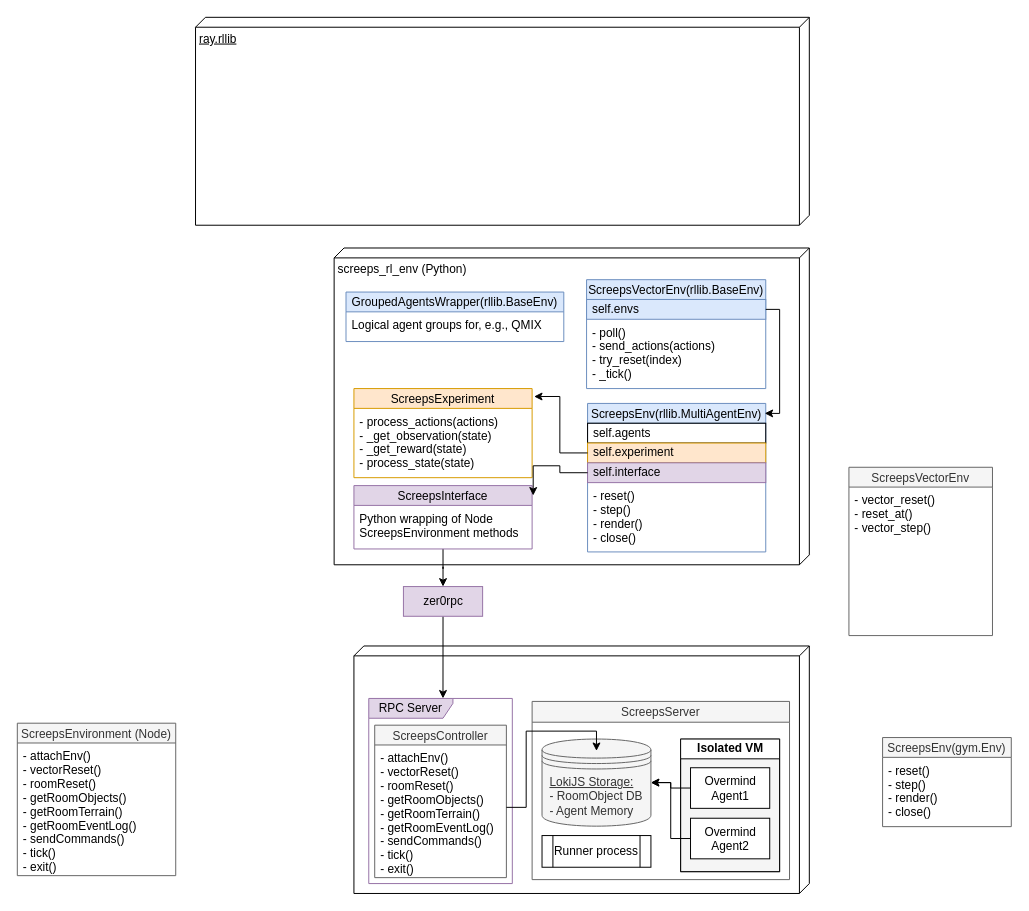
The draw.io diagram models/package_structure.drawio in bencbartlett/Overmind-RL, before the edit. Source tidied: cells renumbered, new cells numbered last; positions are measured from the earlier drawing's top-left corner, leaving out a move shared by most shapes. Both pictures are drawn from the tidied source at 99%, with x=0, y=0 at pixel (17, 17).
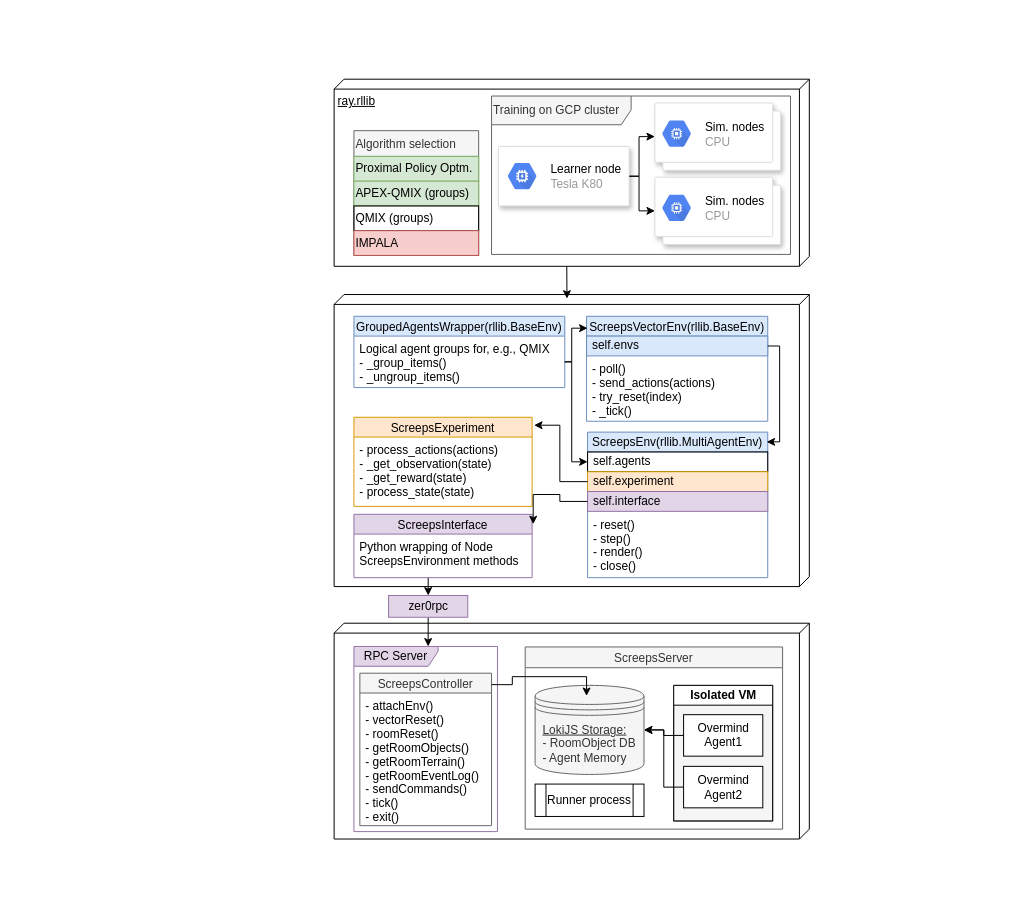
After the change.

Commit message:
mostly finished diagram

Unchanged cells that the change refers to:
```xml
<mxCell id="33" value="ScreepsController" style="swimlane;fontStyle=0;horizontal=1;startSize=20;fillColor=#f5f5f5;strokeColor=#666666;fontColor=#333333;" parent="31" vertex="1">
  <mxGeometry x="6" y="27" width="133" height="154" as="geometry" />
</mxCell>
```

What changed in the source:
```diff
@@
     <mxCell id="2" style="verticalAlign=top;align=left;spacingTop=8;spacingLeft=2;spacingRight=12;shape=cube;size=10;direction=south;fontStyle=0;strokeColor=#000000;spacingBottom=0;" parent="1" vertex="1">
-      <mxGeometry x="340" y="635" width="460" height="250" as="geometry" />
+      <mxGeometry x="320" y="612" width="480" height="218" as="geometry" />
     </mxCell>
-    <mxCell id="3" value="screeps_rl_env (Python)" style="verticalAlign=top;align=left;spacingTop=8;spacingLeft=2;spacingRight=12;shape=cube;size=10;direction=south;fontStyle=0;" parent="1" vertex="1">
-      <mxGeometry x="320" y="233" width="480" height="320" as="geometry" />
+    <mxCell id="3" style="verticalAlign=top;align=left;spacingTop=8;spacingLeft=2;spacingRight=12;shape=cube;size=10;direction=south;fontStyle=0;" parent="1" vertex="1">
+      <mxGeometry x="320" y="280" width="480" height="295" as="geometry" />
     </mxCell>
-    <mxCell id="4" value="ray.rllib" style="verticalAlign=top;align=left;spacingTop=8;spacingLeft=2;spacingRight=12;shape=cube;size=10;direction=south;fontStyle=4;html=1;" parent="1" vertex="1">
-      <mxGeometry x="180" width="620" height="210" as="geometry" />
-    </mxCell>
@@
     <mxCell id="6" value="zer0rpc" style="html=1;labelBackgroundColor=none;strokeColor=#9673a6;fillColor=#e1d5e7;" parent="1" vertex="1">
-      <mxGeometry x="390" y="575" width="80" height="30" as="geometry" />
+      <mxGeometry x="375" y="584" width="80" height="22" as="geometry" />
     </mxCell>
     <mxCell id="7" style="edgeStyle=orthogonalEdgeStyle;rounded=0;jettySize=auto;html=1;entryX=0.5;entryY=0;entryDx=0;entryDy=0;fontFamily=Courier New;" parent="1" edge="1" source="8" target="6">
-      <mxGeometry relative="1" as="geometry" />
+      <mxGeometry relative="1" as="geometry">
+        <Array as="points">
+          <mxPoint x="415" y="545" />
+          <mxPoint x="415" y="545" />
+        </Array>
+      </mxGeometry>
     </mxCell>
     <mxCell id="8" value="ScreepsInterface" style="swimlane;fontStyle=0;horizontal=1;startSize=20;fillColor=#e1d5e7;labelBackgroundColor=none;strokeColor=#9673a6;html=0;" parent="1" vertex="1">
-      <mxGeometry x="340" y="473" width="180" height="64" as="geometry" />
+      <mxGeometry x="340" y="502" width="180" height="64" as="geometry" />
     </mxCell>
@@
-    <mxCell id="10" value="ScreepsEnvironment (Node)" style="swimlane;fontStyle=0;horizontal=1;startSize=20;fillColor=#f5f5f5;strokeColor=#666666;fontColor=#333333;" parent="1" vertex="1">
-      <mxGeometry y="713" width="160" height="154" as="geometry" />
-    </mxCell>
-    <mxCell id="11" value="- attachEnv()&#10;- vectorReset()&#10;- roomReset()&#10;- getRoomObjects()&#10;- getRoomTerrain()&#10;- getRoomEventLog()&#10;- sendCommands()&#10;- tick()&#10;- exit()&#10;" style="text;strokeColor=none;fillColor=none;align=left;verticalAlign=top;spacingLeft=4;spacingRight=4;overflow=hidden;" parent="10" vertex="1">
-      <mxGeometry y="20" width="160" height="134" as="geometry" />
-    </mxCell>
     <mxCell id="12" value="ScreepsVectorEnv(rllib.BaseEnv)" style="swimlane;fontStyle=0;horizontal=1;startSize=20;fillColor=#dae8fc;strokeColor=#6c8ebf;" parent="1" vertex="1">
-      <mxGeometry x="575" y="265" width="181" height="110" as="geometry" />
+      <mxGeometry x="575" y="302" width="183" height="106" as="geometry" />
     </mxCell>
     <mxCell id="13" value="&lt;div style=&quot;text-align: left&quot;&gt;&lt;span&gt;self.envs&lt;/span&gt;&lt;/div&gt;" style="html=1;labelBackgroundColor=none;strokeColor=#6c8ebf;fillColor=#dae8fc;align=left;spacingLeft=4;" parent="12" vertex="1">
-      <mxGeometry y="20" width="181" height="20" as="geometry" />
+      <mxGeometry y="20" width="183" height="20" as="geometry" />
     </mxCell>
     <mxCell id="14" value="- poll()&#10;- send_actions(actions)&#10;- try_reset(index)&#10;- _tick()&#10;" style="text;strokeColor=none;fillColor=none;align=left;verticalAlign=top;spacingLeft=4;spacingRight=4;overflow=hidden;" parent="12" vertex="1">
-      <mxGeometry y="40" width="181" height="70" as="geometry" />
+      <mxGeometry y="40" width="183" height="66" as="geometry" />
     </mxCell>
     <mxCell id="15" value="ScreepsExperiment" style="swimlane;fontStyle=0;horizontal=1;startSize=20;fillColor=#ffe6cc;labelBackgroundColor=none;strokeColor=#d79b00;html=0;" parent="1" vertex="1">
-      <mxGeometry x="340" y="375" width="180" height="90" as="geometry" />
+      <mxGeometry x="340" y="404" width="180" height="90" as="geometry" />
     </mxCell>
@@
     <mxCell id="17" value="GroupedAgentsWrapper(rllib.BaseEnv)" style="swimlane;fontStyle=0;horizontal=1;startSize=20;fillColor=#dae8fc;strokeColor=#6c8ebf;" parent="1" vertex="1">
-      <mxGeometry x="332" y="277.5" width="220" height="50" as="geometry" />
+      <mxGeometry x="340" y="302" width="213" height="72" as="geometry" />
     </mxCell>
-    <mxCell id="18" value="Logical agent groups for, e.g., QMIX" style="text;strokeColor=none;fillColor=none;align=left;verticalAlign=top;spacingLeft=4;spacingRight=4;overflow=hidden;points=[[0,0.5],[1,0.5]];portConstraint=eastwest;" parent="17" vertex="1">
-      <mxGeometry y="20" width="220" height="30" as="geometry" />
+    <mxCell id="18" value="Logical agent groups for, e.g., QMIX&#10;- _group_items()&#10;- _ungroup_items()&#10;" style="text;strokeColor=none;fillColor=none;align=left;verticalAlign=top;spacingLeft=4;spacingRight=4;overflow=hidden;points=[[0,0.5],[1,0.5]];portConstraint=eastwest;" parent="17" vertex="1">
+      <mxGeometry y="20" width="213" height="52" as="geometry" />
     </mxCell>
     <mxCell id="19" value="ScreepsEnv(rllib.MultiAgentEnv)" style="swimlane;fontStyle=0;horizontal=1;startSize=20;fillColor=#dae8fc;strokeColor=#6c8ebf;" parent="1" vertex="1">
-      <mxGeometry x="576" y="390" width="180" height="150" as="geometry" />
+      <mxGeometry x="576" y="419" width="182" height="147" as="geometry" />
     </mxCell>
     <mxCell id="20" value="&lt;div style=&quot;text-align: left&quot;&gt;&lt;span&gt;self.agents&lt;/span&gt;&lt;/div&gt;" style="html=1;labelBackgroundColor=none;strokeColor=#000000;fillColor=none;align=left;spacingLeft=4;" parent="19" vertex="1">
-      <mxGeometry y="20" width="180" height="20" as="geometry" />
+      <mxGeometry y="20" width="182" height="20" as="geometry" />
     </mxCell>
     <mxCell id="21" value="self.experiment" style="html=1;labelBackgroundColor=none;strokeColor=#d79b00;fillColor=#ffe6cc;align=left;spacingLeft=4;" parent="19" vertex="1">
-      <mxGeometry y="40" width="180" height="20" as="geometry" />
+      <mxGeometry y="40" width="182" height="20" as="geometry" />
     </mxCell>
     <mxCell id="22" value="self.interface" style="html=1;labelBackgroundColor=none;strokeColor=#9673a6;fillColor=#e1d5e7;align=left;spacingLeft=4;" parent="19" vertex="1">
-      <mxGeometry y="60" width="180" height="20" as="geometry" />
+      <mxGeometry y="60" width="182" height="20" as="geometry" />
     </mxCell>
     <mxCell id="23" value="- reset()&#10;- step()&#10;- render()&#10;- close()&#10;" style="text;strokeColor=none;fillColor=none;align=left;verticalAlign=top;spacingLeft=4;spacingRight=4;overflow=hidden;" parent="19" vertex="1">
-      <mxGeometry y="80" width="180" height="70" as="geometry" />
+      <mxGeometry y="80" width="182" height="67" as="geometry" />
     </mxCell>
-    <mxCell id="24" value="ScreepsVectorEnv" style="swimlane;fontStyle=0;horizontal=1;startSize=20;fillColor=#f5f5f5;strokeColor=#666666;fontColor=#333333;" parent="1" vertex="1">
-      <mxGeometry x="840" y="454.5" width="145" height="170" as="geometry" />
-    </mxCell>
-    <mxCell id="25" value="- vector_reset()&#10;- reset_at()&#10;- vector_step()&#10;" style="text;strokeColor=none;fillColor=none;align=left;verticalAlign=top;spacingLeft=4;spacingRight=4;overflow=hidden;" parent="24" vertex="1">
-      <mxGeometry y="20" width="145" height="150" as="geometry" />
-    </mxCell>
-    <mxCell id="26" value="ScreepsEnv(gym.Env)" style="swimlane;fontStyle=0;horizontal=1;startSize=20;fillColor=#f5f5f5;strokeColor=#666666;fontColor=#333333;" parent="1" vertex="1">
-      <mxGeometry x="874" y="727.5" width="130" height="90" as="geometry" />
-    </mxCell>
-    <mxCell id="27" value="- reset()&#10;- step()&#10;- render()&#10;- close()&#10;" style="text;strokeColor=none;fillColor=none;align=left;verticalAlign=top;spacingLeft=4;spacingRight=4;overflow=hidden;" parent="26" vertex="1">
-      <mxGeometry y="20" width="130" height="70" as="geometry" />
-    </mxCell>
@@
     <mxCell id="30" style="edgeStyle=orthogonalEdgeStyle;rounded=0;jettySize=auto;html=1;exitX=1;exitY=0.5;exitDx=0;exitDy=0;entryX=0.994;entryY=0.067;entryDx=0;entryDy=0;entryPerimeter=0;fontFamily=Courier New;" parent="1" edge="1" source="13" target="19">
       <mxGeometry relative="1" as="geometry">
         <Array as="points">
-          <mxPoint x="770" y="295" />
-          <mxPoint x="770" y="400" />
+          <mxPoint x="770" y="332" />
+          <mxPoint x="770" y="429" />
         </Array>
       </mxGeometry>
     </mxCell>
     <mxCell id="31" style="group;" parent="1" vertex="1">
-      <mxGeometry x="355" y="688" width="145" height="187" as="geometry" />
+      <mxGeometry x="340" y="635.5" width="145" height="187" as="geometry" />
     </mxCell>
@@
     <mxCell id="35" style="group;" parent="1" vertex="1">
-      <mxGeometry x="520" y="691" width="260" height="180" as="geometry" />
+      <mxGeometry x="513" y="636" width="260" height="184" as="geometry" />
     </mxCell>
     <mxCell id="36" value="&lt;div style=&quot;text-align: left&quot;&gt;&lt;span&gt;&lt;u&gt;LokiJS Storage:&lt;/u&gt;&lt;/span&gt;&lt;/div&gt;&lt;div style=&quot;text-align: left&quot;&gt;&lt;span&gt;- RoomObject DB&lt;/span&gt;&lt;/div&gt;&lt;div style=&quot;text-align: left&quot;&gt;&lt;span&gt;- Agent Memory&lt;/span&gt;&lt;/div&gt;" style="shape=datastore;whiteSpace=wrap;html=1;fillColor=#f5f5f5;strokeColor=#666666;fontColor=#333333;" parent="35" vertex="1">
-      <mxGeometry x="10" y="38" width="110" height="88" as="geometry" />
+      <mxGeometry x="10" y="38.8" width="110" height="90" as="geometry" />
     </mxCell>
     <mxCell id="37" value="ScreepsServer" style="swimlane;fontStyle=0;horizontal=1;startSize=21;fillColor=#f5f5f5;labelBackgroundColor=none;strokeColor=#666666;fontColor=#333333;" parent="35" vertex="1">
-      <mxGeometry width="260" height="180" as="geometry" />
+      <mxGeometry width="260" height="184" as="geometry" />
     </mxCell>
+    <mxCell id="45" style="edgeStyle=orthogonalEdgeStyle;rounded=0;jettySize=auto;html=1;exitX=1;exitY=0.075;exitDx=0;exitDy=0;fontFamily=Courier New;exitPerimeter=0;" parent="37" edge="1" source="33">
+      <mxGeometry relative="1" as="geometry">
+        <mxPoint x="62" y="49.5" as="targetPoint" />
+        <Array as="points">
+          <mxPoint x="-13" y="38" />
+          <mxPoint x="-13" y="30" />
+          <mxPoint x="62" y="30" />
+        </Array>
+      </mxGeometry>
+    </mxCell>
     <mxCell id="38" style="group;fillColor=#f5f5f5;strokeColor=#666666;fontColor=#333333;" parent="35" vertex="1">
-      <mxGeometry x="150" y="38" width="100" height="134" as="geometry" />
+      <mxGeometry x="150" y="38.8" width="100" height="137" as="geometry" />
     </mxCell>
     <mxCell id="39" value="Isolated VM" style="swimlane;html=1;startSize=20;horizontal=1;containerType=tree;" parent="38" vertex="1">
-      <mxGeometry width="100" height="134" as="geometry" />
+      <mxGeometry width="100" height="137" as="geometry" />
     </mxCell>
     <mxCell id="40" value="Overmind&lt;br&gt;Agent1&lt;br&gt;" style="html=1;" parent="39" vertex="1">
-      <mxGeometry x="10" y="29" width="80" height="41" as="geometry" />
+      <mxGeometry x="10" y="29.6" width="80" height="41.9" as="geometry" />
     </mxCell>
     <mxCell id="41" value="Overmind&lt;br&gt;Agent2&lt;br&gt;" style="html=1;" parent="39" vertex="1">
-      <mxGeometry x="10" y="80" width="80" height="41" as="geometry" />
+      <mxGeometry x="10" y="81.8" width="80" height="41.9" as="geometry" />
     </mxCell>
     <mxCell id="42" value="Runner process" style="shape=process;whiteSpace=wrap;html=1;backgroundOutline=1;" parent="35" vertex="1">
-      <mxGeometry x="10" y="135.5" width="110" height="32" as="geometry" />
+      <mxGeometry x="10" y="138.5" width="110" height="32.7" as="geometry" />
     </mxCell>
@@
-    <mxCell id="45" style="edgeStyle=orthogonalEdgeStyle;rounded=0;orthogonalLoop=1;jettySize=auto;html=1;exitX=1;exitY=0.5;exitDx=0;exitDy=0;fontFamily=Courier New;" parent="1" edge="1">
-      <mxGeometry relative="1" as="geometry">
-        <mxPoint x="494" y="798" as="sourcePoint" />
-        <mxPoint x="585" y="741" as="targetPoint" />
-        <Array as="points">
-          <mxPoint x="514" y="798" />
-          <mxPoint x="514" y="721" />
-          <mxPoint x="585" y="721" />
-          <mxPoint x="585" y="741" />
-        </Array>
-      </mxGeometry>
-    </mxCell>
+    <mxCell id="46" style="edgeStyle=orthogonalEdgeStyle;rounded=0;jettySize=auto;html=1;exitX=1;exitY=0.5;exitDx=0;exitDy=0;entryX=0.005;entryY=0.113;entryDx=0;entryDy=0;entryPerimeter=0;fontFamily=Helvetica;" parent="1" edge="1" source="18" target="12">
+      <mxGeometry relative="1" as="geometry">
+        <Array as="points">
+          <mxPoint x="560" y="348" />
+          <mxPoint x="560" y="314" />
+        </Array>
+      </mxGeometry>
+    </mxCell>
+    <mxCell id="47" style="edgeStyle=orthogonalEdgeStyle;rounded=0;jettySize=auto;html=1;exitX=1;exitY=0.5;exitDx=0;exitDy=0;entryX=0;entryY=0.5;entryDx=0;entryDy=0;fontFamily=Helvetica;" parent="1" edge="1" source="18" target="20">
+      <mxGeometry relative="1" as="geometry">
+        <Array as="points">
+          <mxPoint x="560" y="348" />
+          <mxPoint x="560" y="449" />
+        </Array>
+      </mxGeometry>
+    </mxCell>
+    <mxCell id="48" style="group;" parent="1" vertex="1">
+      <mxGeometry x="320" y="62.5" width="480" height="189" as="geometry" />
+    </mxCell>
+    <mxCell id="4" value="ray.rllib" style="verticalAlign=top;align=left;spacingTop=8;spacingLeft=2;spacingRight=12;shape=cube;size=10;direction=south;fontStyle=4;html=1;" parent="48" vertex="1">
+      <mxGeometry width="480" height="189" as="geometry" />
+    </mxCell>
+    <mxCell id="49" value="Algorithm selection" style="swimlane;fontStyle=0;horizontal=1;startSize=26;fillColor=#f5f5f5;labelBackgroundColor=none;strokeColor=#666666;fontFamily=Helvetica;align=left;html=0;fontColor=#333333;" parent="48" vertex="1">
+      <mxGeometry x="20" y="52" width="126" height="126" as="geometry" />
+    </mxCell>
+    <mxCell id="50" value="Proximal Policy Optm." style="html=1;labelBackgroundColor=none;strokeColor=#82b366;fillColor=#d5e8d4;fontFamily=Helvetica;align=left;" parent="49" vertex="1">
+      <mxGeometry y="26" width="126" height="25" as="geometry" />
+    </mxCell>
+    <mxCell id="51" value="APEX-QMIX (groups)" style="html=1;labelBackgroundColor=none;strokeColor=#82b366;fillColor=#d5e8d4;fontFamily=Helvetica;align=left;" parent="49" vertex="1">
+      <mxGeometry y="51" width="126" height="25" as="geometry" />
+    </mxCell>
+    <mxCell id="52" value="QMIX (groups)" style="html=1;labelBackgroundColor=none;strokeColor=#000000;fillColor=none;fontFamily=Helvetica;align=left;" parent="49" vertex="1">
+      <mxGeometry y="76" width="126" height="25" as="geometry" />
+    </mxCell>
+    <mxCell id="53" value="IMPALA" style="html=1;labelBackgroundColor=none;strokeColor=#b85450;fillColor=#f8cecc;fontFamily=Helvetica;align=left;" parent="49" vertex="1">
+      <mxGeometry y="101" width="126" height="25" as="geometry" />
+    </mxCell>
+    <mxCell id="54" style="group;" parent="48" vertex="1">
+      <mxGeometry x="159" y="17" width="302" height="160" as="geometry" />
+    </mxCell>
+    <mxCell id="55" value="Training on GCP cluster" style="shape=umlFrame;whiteSpace=wrap;html=1;labelBackgroundColor=none;strokeColor=#666666;fillColor=#f5f5f5;fontFamily=Helvetica;align=left;width=141;height=29;fontColor=#333333;" parent="54" vertex="1">
+      <mxGeometry width="302" height="160" as="geometry" />
+    </mxCell>
+    <mxCell id="56" style="shape=mxgraph.gcp2.doubleRect;strokeColor=#dddddd;fillColor=#ffffff;shadow=1;strokeWidth=1;labelBackgroundColor=none;fontFamily=Courier New;align=left;html=0;" parent="54" vertex="1">
+      <mxGeometry x="165" y="7" width="127" height="68" as="geometry" />
+    </mxCell>
+    <mxCell id="57" value="&lt;font color=&quot;#000000&quot;&gt;Sim. nodes&lt;/font&gt;&lt;br&gt;CPU" style="dashed=0;html=1;fillColor=#5184F3;strokeColor=none;shape=mxgraph.gcp2.hexIcon;prIcon=compute_engine;labelPosition=right;verticalLabelPosition=middle;align=left;verticalAlign=middle;spacingLeft=5;fontColor=#999999;fontSize=12;" parent="56" vertex="1">
+      <mxGeometry y="0.5" width="44" height="39" relative="1" as="geometry">
+        <mxPoint y="-22.5" as="offset" />
+      </mxGeometry>
+    </mxCell>
+    <mxCell id="58" style="edgeStyle=orthogonalEdgeStyle;rounded=0;jettySize=auto;html=1;exitX=1;exitY=0.5;exitDx=0;exitDy=0;entryX=0;entryY=0.5;entryDx=0;entryDy=0;fontFamily=Helvetica;" parent="54" edge="1" source="59" target="56">
+      <mxGeometry relative="1" as="geometry">
+        <Array as="points">
+          <mxPoint x="149" y="81" />
+          <mxPoint x="149" y="41" />
+        </Array>
+      </mxGeometry>
+    </mxCell>
+    <mxCell id="59" style="strokeColor=#dddddd;fillColor=#ffffff;shadow=1;strokeWidth=1;rounded=1;absoluteArcSize=1;arcSize=2;labelBackgroundColor=none;fontFamily=Courier New;align=left;html=0;" parent="54" vertex="1">
+      <mxGeometry x="7" y="51" width="132" height="60" as="geometry" />
+    </mxCell>
+    <mxCell id="60" value="&lt;font color=&quot;#000000&quot;&gt;Learner node&lt;br&gt;&lt;/font&gt;Tesla K80" style="dashed=0;html=1;fillColor=#5184F3;strokeColor=none;shape=mxgraph.gcp2.hexIcon;prIcon=gpu;labelPosition=right;verticalLabelPosition=middle;align=left;verticalAlign=middle;spacingLeft=5;fontColor=#999999;fontSize=12;" parent="59" vertex="1">
+      <mxGeometry y="0.5" width="44" height="39" relative="1" as="geometry">
+        <mxPoint x="2" y="-19.5" as="offset" />
+      </mxGeometry>
+    </mxCell>
+    <mxCell id="61" style="shape=mxgraph.gcp2.doubleRect;strokeColor=#dddddd;fillColor=#ffffff;shadow=1;strokeWidth=1;labelBackgroundColor=none;fontFamily=Courier New;align=left;html=0;" parent="54" vertex="1">
+      <mxGeometry x="165" y="82" width="127" height="68" as="geometry" />
+    </mxCell>
+    <mxCell id="62" value="&lt;font color=&quot;#000000&quot;&gt;Sim. nodes&lt;/font&gt;&lt;br&gt;CPU" style="dashed=0;html=1;fillColor=#5184F3;strokeColor=none;shape=mxgraph.gcp2.hexIcon;prIcon=compute_engine;labelPosition=right;verticalLabelPosition=middle;align=left;verticalAlign=middle;spacingLeft=5;fontColor=#999999;fontSize=12;" parent="61" vertex="1">
+      <mxGeometry y="0.5" width="44" height="39" relative="1" as="geometry">
+        <mxPoint y="-22.5" as="offset" />
+      </mxGeometry>
+    </mxCell>
+    <mxCell id="63" style="edgeStyle=orthogonalEdgeStyle;rounded=0;jettySize=auto;html=1;exitX=1;exitY=0.5;exitDx=0;exitDy=0;entryX=0;entryY=0.5;entryDx=0;entryDy=0;fontFamily=Helvetica;" parent="54" edge="1" source="59" target="61">
+      <mxGeometry relative="1" as="geometry">
+        <Array as="points">
+          <mxPoint x="149" y="81" />
+          <mxPoint x="149" y="116" />
+        </Array>
+      </mxGeometry>
+    </mxCell>
+    <mxCell id="64" style="edgeStyle=orthogonalEdgeStyle;rounded=0;jettySize=auto;html=1;exitX=0;exitY=0;exitDx=189;exitDy=245;exitPerimeter=0;entryX=0.014;entryY=0.51;entryDx=0;entryDy=0;entryPerimeter=0;fontFamily=Helvetica;" parent="1" edge="1" source="4" target="3">
+      <mxGeometry relative="1" as="geometry" />
+    </mxCell>
```
